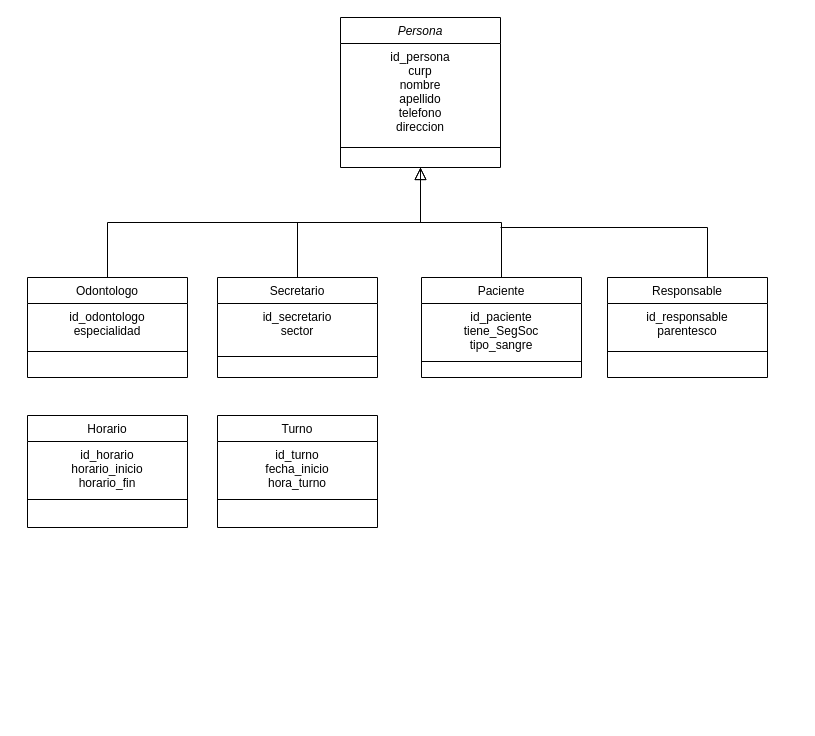
Earlier version of the draw.io diagram UML Odontologia.drawio (Dan-raccoon-69/JAVA-EE). Source tidied: cells renumbered, new cells numbered last; positions are measured from the earlier drawing's top-left corner, leaving out a move shared by most shapes. Both pictures are drawn from the tidied source at 100%, with x=0, y=0 at pixel (27, 17).
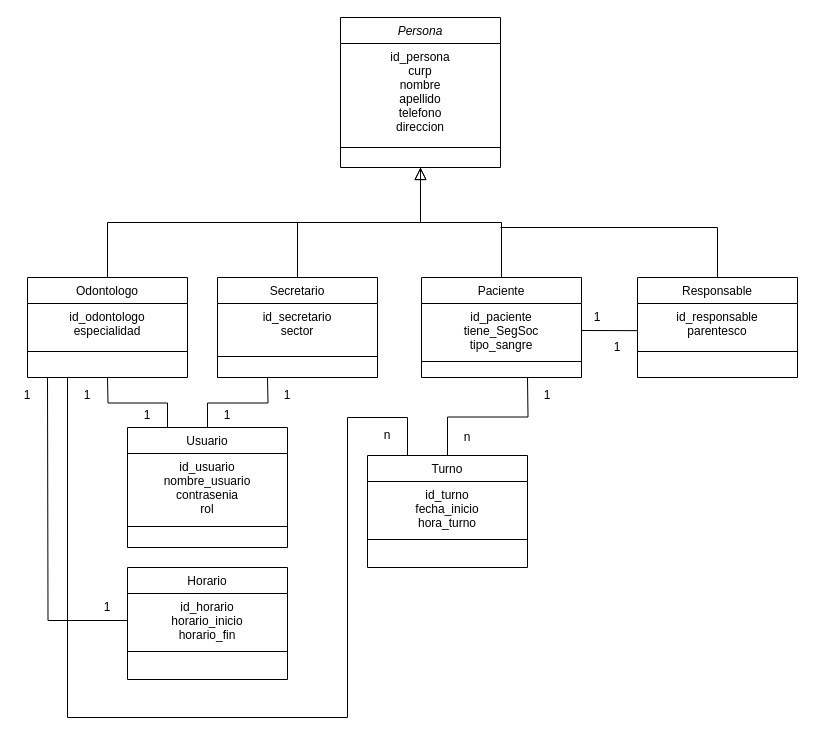
Above is the later version.

The change refers to these unchanged cells:
```xml
<mxCell id="5" value="Odontologo" style="swimlane;fontStyle=0;align=center;verticalAlign=top;horizontal=1;startSize=26;rounded=0;shadow=0;strokeWidth=1;" parent="1" vertex="1">
  <mxGeometry y="260" width="160" height="100" as="geometry" />
</mxCell>
<mxCell id="14" value="id_paciente&#10;tiene_SegSoc&#10;tipo_sangre" style="text;align=center;verticalAlign=top;spacingLeft=4;spacingRight=4;overflow=hidden;points=[[0,0.5],[1,0.5]];portConstraint=eastwest;" parent="13" vertex="1">
  <mxGeometry y="26" width="160" height="54" as="geometry" />
</mxCell>
<mxCell id="19" value="id_responsable&#10;parentesco&#10;" style="text;align=center;verticalAlign=top;spacingLeft=4;spacingRight=4;overflow=hidden;points=[[0,0.5],[1,0.5]];portConstraint=eastwest;" parent="18" vertex="1">
  <mxGeometry y="26" width="160" height="44" as="geometry" />
</mxCell>
<mxCell id="22" value="id_horario&#10;horario_inicio&#10;horario_fin" style="text;align=center;verticalAlign=top;spacingLeft=4;spacingRight=4;overflow=hidden;points=[[0,0.5],[1,0.5]];portConstraint=eastwest;" parent="21" vertex="1">
  <mxGeometry y="26" width="160" height="54" as="geometry" />
</mxCell>
```

Change to the diagram source:
```diff
@@
     <mxCell id="17" style="edgeStyle=orthogonalEdgeStyle;rounded=0;jettySize=auto;html=1;exitX=0.5;exitY=0;exitDx=0;exitDy=0;endArrow=none;endFill=0;" parent="1" edge="1" source="18">
       <mxGeometry relative="1" as="geometry">
         <mxPoint x="473" y="210" as="targetPoint" />
         <Array as="points">
-          <mxPoint x="680" y="260" />
-          <mxPoint x="680" y="210" />
+          <mxPoint x="690" y="210" />
         </Array>
       </mxGeometry>
     </mxCell>
     <mxCell id="18" value="Responsable" style="swimlane;fontStyle=0;align=center;verticalAlign=top;horizontal=1;startSize=26;rounded=0;shadow=0;strokeWidth=1;" parent="1" vertex="1">
-      <mxGeometry x="580" y="260" width="160" height="100" as="geometry" />
+      <mxGeometry x="610" y="260" width="160" height="100" as="geometry" />
     </mxCell>
@@
     <mxCell id="21" value="Horario" style="swimlane;fontStyle=0;align=center;verticalAlign=top;horizontal=1;startSize=26;rounded=0;shadow=0;strokeWidth=1;" parent="1" vertex="1">
-      <mxGeometry y="398" width="160" height="112" as="geometry" />
+      <mxGeometry x="100" y="550" width="160" height="112" as="geometry" />
     </mxCell>
@@
+    <mxCell id="27" style="edgeStyle=orthogonalEdgeStyle;rounded=0;jettySize=auto;html=1;exitX=0.5;exitY=0;exitDx=0;exitDy=0;endArrow=none;endFill=0;" parent="1" edge="1" source="24">
+      <mxGeometry relative="1" as="geometry">
+        <mxPoint x="500" y="360" as="targetPoint" />
+      </mxGeometry>
+    </mxCell>
+    <mxCell id="28" style="edgeStyle=orthogonalEdgeStyle;rounded=0;jettySize=auto;html=1;entryX=0.25;entryY=1;entryDx=0;entryDy=0;exitX=0.25;exitY=0;exitDx=0;exitDy=0;endArrow=none;endFill=0;" parent="1" edge="1" source="24" target="5">
+      <mxGeometry relative="1" as="geometry">
+        <Array as="points">
+          <mxPoint x="380" y="400" />
+          <mxPoint x="320" y="400" />
+          <mxPoint x="320" y="700" />
+          <mxPoint x="40" y="700" />
+        </Array>
+      </mxGeometry>
+    </mxCell>
     <mxCell id="24" value="Turno&#10;" style="swimlane;fontStyle=0;align=center;verticalAlign=top;horizontal=1;startSize=26;rounded=0;shadow=0;strokeWidth=1;" parent="1" vertex="1">
-      <mxGeometry x="190" y="398" width="160" height="112" as="geometry" />
+      <mxGeometry x="340" y="438" width="160" height="112" as="geometry" />
     </mxCell>
@@
+    <mxCell id="29" style="edgeStyle=orthogonalEdgeStyle;rounded=0;jettySize=auto;html=1;exitX=0.5;exitY=0;exitDx=0;exitDy=0;endArrow=none;endFill=0;" parent="1" edge="1" source="31">
+      <mxGeometry relative="1" as="geometry">
+        <mxPoint x="240" y="360" as="targetPoint" />
+      </mxGeometry>
+    </mxCell>
+    <mxCell id="30" style="edgeStyle=orthogonalEdgeStyle;rounded=0;jettySize=auto;html=1;exitX=0.25;exitY=0;exitDx=0;exitDy=0;endArrow=none;endFill=0;" parent="1" edge="1" source="31">
+      <mxGeometry relative="1" as="geometry">
+        <mxPoint x="80" y="360" as="targetPoint" />
+      </mxGeometry>
+    </mxCell>
+    <mxCell id="31" value="Usuario" style="swimlane;fontStyle=0;align=center;verticalAlign=top;horizontal=1;startSize=26;rounded=0;shadow=0;strokeWidth=1;" parent="1" vertex="1">
+      <mxGeometry x="100" y="410" width="160" height="120" as="geometry" />
+    </mxCell>
+    <mxCell id="32" value="id_usuario&#10;nombre_usuario&#10;contrasenia&#10;rol" style="text;align=center;verticalAlign=top;spacingLeft=4;spacingRight=4;overflow=hidden;" parent="31" vertex="1">
+      <mxGeometry y="26" width="160" height="64" as="geometry" />
+    </mxCell>
+    <mxCell id="33" style="line;html=1;strokeWidth=1;align=left;verticalAlign=middle;spacingTop=-1;spacingLeft=3;spacingRight=3;labelPosition=right;" parent="31" vertex="1">
+      <mxGeometry y="90" width="160" height="18" as="geometry" />
+    </mxCell>
+    <mxCell id="34" value="1" style="whiteSpace=wrap;html=1;fillStyle=auto;strokeColor=none;" parent="1" vertex="1">
+      <mxGeometry x="50" y="368" width="20" height="20" as="geometry" />
+    </mxCell>
+    <mxCell id="35" value="1" style="whiteSpace=wrap;html=1;fillStyle=auto;strokeColor=none;" parent="1" vertex="1">
+      <mxGeometry x="110" y="388" width="20" height="20" as="geometry" />
+    </mxCell>
+    <mxCell id="36" value="1" style="whiteSpace=wrap;html=1;fillStyle=auto;strokeColor=none;" parent="1" vertex="1">
+      <mxGeometry x="250" y="368" width="20" height="20" as="geometry" />
+    </mxCell>
+    <mxCell id="37" value="1" style="whiteSpace=wrap;html=1;fillStyle=auto;strokeColor=none;" parent="1" vertex="1">
+      <mxGeometry x="190" y="388" width="20" height="20" as="geometry" />
+    </mxCell>
+    <mxCell id="38" style="edgeStyle=none;rounded=0;jettySize=auto;html=1;exitX=1;exitY=0.5;exitDx=0;exitDy=0;endArrow=none;endFill=0;entryX=0.002;entryY=0.617;entryDx=0;entryDy=0;entryPerimeter=0;" parent="1" edge="1" source="14" target="19">
+      <mxGeometry relative="1" as="geometry" />
+    </mxCell>
+    <mxCell id="39" value="1" style="whiteSpace=wrap;html=1;fillStyle=auto;fillColor=default;strokeColor=none;" parent="1" vertex="1">
+      <mxGeometry x="560" y="290" width="20" height="20" as="geometry" />
+    </mxCell>
+    <mxCell id="40" value="1" style="whiteSpace=wrap;html=1;fillStyle=auto;strokeColor=none;" parent="1" vertex="1">
+      <mxGeometry x="580" y="320" width="20" height="20" as="geometry" />
+    </mxCell>
+    <mxCell id="41" style="edgeStyle=orthogonalEdgeStyle;rounded=0;jettySize=auto;html=1;exitX=0;exitY=0.5;exitDx=0;exitDy=0;endArrow=none;endFill=0;" parent="1" edge="1" source="22">
+      <mxGeometry relative="1" as="geometry">
+        <mxPoint x="20" y="360" as="targetPoint" />
+      </mxGeometry>
+    </mxCell>
+    <mxCell id="42" value="1" style="whiteSpace=wrap;html=1;fillStyle=auto;strokeColor=none;" parent="1" vertex="1">
+      <mxGeometry x="-10" y="368" width="20" height="20" as="geometry" />
+    </mxCell>
+    <mxCell id="43" value="1" style="whiteSpace=wrap;html=1;fillStyle=auto;strokeColor=none;" parent="1" vertex="1">
+      <mxGeometry x="70" y="580" width="20" height="20" as="geometry" />
+    </mxCell>
+    <mxCell id="44" value="1" style="whiteSpace=wrap;html=1;fillStyle=auto;strokeColor=none;" parent="1" vertex="1">
+      <mxGeometry x="510" y="368" width="20" height="20" as="geometry" />
+    </mxCell>
+    <mxCell id="45" value="n" style="whiteSpace=wrap;html=1;fillStyle=auto;strokeColor=none;" parent="1" vertex="1">
+      <mxGeometry x="430" y="410" width="20" height="20" as="geometry" />
+    </mxCell>
+    <mxCell id="46" value="n" style="whiteSpace=wrap;html=1;fillStyle=auto;strokeColor=none;" parent="1" vertex="1">
+      <mxGeometry x="350" y="408" width="20" height="20" as="geometry" />
+    </mxCell>
```
